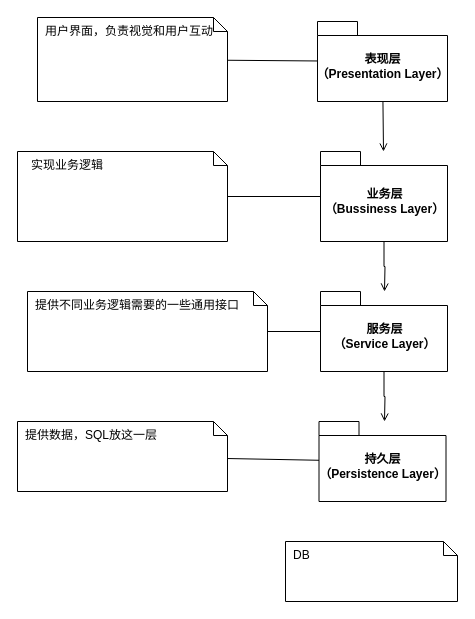
Above: pet/uml/系统分析与设计/uml-软件架构与框架.drawio in JMHello/draw (draw.io), before the change. Source tidied: cells renumbered, new cells numbered last; positions are measured from the earlier drawing's top-left corner, leaving out a move shared by most shapes. Both pictures are drawn from the tidied source at 100%, with x=0, y=0 at pixel (17, 17).
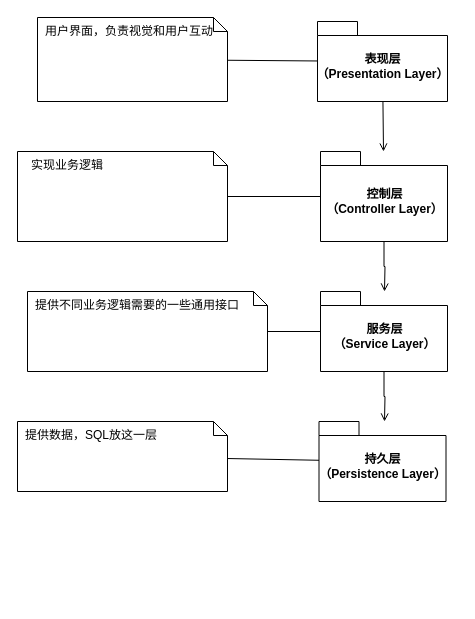
The same diagram, later.

Commit message:
Update uml-软件架构与框架.drawio

The edit, as a diff of the source:
```diff
@@
 <mxGraphModel>
   <root>
     <mxCell id="0" />
     <mxCell id="1" parent="0" />
     <mxCell id="2" style="edgeStyle=none;rounded=0;jettySize=auto;html=1;endArrow=none;endFill=0;" parent="1" edge="1" source="4" target="10">
       <mxGeometry relative="1" as="geometry" />
     </mxCell>
     <mxCell id="3" style="edgeStyle=orthogonalEdgeStyle;rounded=0;jettySize=auto;html=1;endArrow=open;endFill=0;" parent="1" edge="1" source="4">
       <mxGeometry relative="1" as="geometry">
         <mxPoint x="367" y="274" as="targetPoint" />
       </mxGeometry>
     </mxCell>
-    <mxCell id="4" value="业务层&lt;br&gt;（Bussiness Layer）&lt;br&gt;" style="shape=folder;fontStyle=1;spacingTop=10;tabWidth=40;tabHeight=14;tabPosition=left;html=1;" parent="1" vertex="1">
+    <mxCell id="4" value="控制层&lt;br&gt;（Controller Layer）&lt;br&gt;" style="shape=folder;fontStyle=1;spacingTop=10;tabWidth=40;tabHeight=14;tabPosition=left;html=1;" parent="1" vertex="1">
       <mxGeometry x="303" y="134" width="127" height="90" as="geometry" />
     </mxCell>
     <mxCell id="5" style="rounded=0;jettySize=auto;html=1;endArrow=none;endFill=0;" parent="1" edge="1" source="7" target="9">
       <mxGeometry relative="1" as="geometry" />
     </mxCell>
     <mxCell id="6" style="edgeStyle=none;rounded=0;jettySize=auto;html=1;endArrow=open;endFill=0;" parent="1" edge="1" source="7" target="4">
       <mxGeometry relative="1" as="geometry" />
     </mxCell>
     <mxCell id="7" value="表现层&lt;br&gt;（P&lt;span&gt;resentation Layer&lt;/span&gt;）&lt;br&gt;" style="shape=folder;fontStyle=1;spacingTop=10;tabWidth=40;tabHeight=14;tabPosition=left;html=1;" parent="1" vertex="1">
       <mxGeometry x="300" y="4" width="130" height="80" as="geometry" />
     </mxCell>
     <mxCell id="8" style="edgeStyle=none;rounded=0;jettySize=auto;html=1;endArrow=none;endFill=0;" parent="1" edge="1" source="16" target="11">
       <mxGeometry relative="1" as="geometry" />
     </mxCell>
     <mxCell id="9" value="用户界面，负责视觉和用户互动" style="shape=note;whiteSpace=wrap;html=1;size=14;verticalAlign=top;align=left;spacingTop=0;spacingLeft=6;spacingRight=6;" parent="1" vertex="1">
       <mxGeometry x="20" width="190" height="84" as="geometry" />
     </mxCell>
     <mxCell id="10" value="实现业务逻辑" style="shape=note;whiteSpace=wrap;html=1;size=14;verticalAlign=top;align=left;spacingTop=0;spacingLeft=12;spacingRight=12;" parent="1" vertex="1">
       <mxGeometry y="134" width="210" height="90" as="geometry" />
     </mxCell>
     <mxCell id="11" value="提供数据，SQL放这一层" style="shape=note;whiteSpace=wrap;html=1;size=14;verticalAlign=top;align=left;spacingTop=0;spacingLeft=6;spacingRight=6;" parent="1" vertex="1">
       <mxGeometry y="404" width="210" height="70" as="geometry" />
     </mxCell>
     <mxCell id="12" style="edgeStyle=orthogonalEdgeStyle;rounded=0;jettySize=auto;html=1;endArrow=none;endFill=0;" parent="1" edge="1" source="14" target="15">
       <mxGeometry relative="1" as="geometry" />
     </mxCell>
     <mxCell id="13" style="edgeStyle=orthogonalEdgeStyle;rounded=0;jettySize=auto;html=1;endArrow=open;endFill=0;" parent="1" edge="1" source="14">
       <mxGeometry relative="1" as="geometry">
         <mxPoint x="367" y="404" as="targetPoint" />
       </mxGeometry>
     </mxCell>
     <mxCell id="14" value="服务层&lt;br&gt;（Service Layer）&lt;br&gt;" style="shape=folder;fontStyle=1;spacingTop=10;tabWidth=40;tabHeight=14;tabPosition=left;html=1;" parent="1" vertex="1">
       <mxGeometry x="303" y="274" width="127" height="80" as="geometry" />
     </mxCell>
     <mxCell id="15" value="提供不同业务逻辑需要的一些通用接口" style="shape=note;whiteSpace=wrap;html=1;size=14;verticalAlign=top;align=left;spacingTop=0;spacingLeft=6;spacingRight=6;" parent="1" vertex="1">
       <mxGeometry x="10" y="274" width="240" height="80" as="geometry" />
     </mxCell>
     <mxCell id="16" value="持久层&lt;br&gt;（P&lt;span&gt;ersistence Layer&lt;/span&gt;）&lt;br&gt;" style="shape=folder;fontStyle=1;spacingTop=10;tabWidth=40;tabHeight=14;tabPosition=left;html=1;" parent="1" vertex="1">
       <mxGeometry x="301.5" y="404" width="127" height="80" as="geometry" />
     </mxCell>
-    <mxCell id="17" value="DB" style="shape=note;whiteSpace=wrap;html=1;size=14;verticalAlign=top;align=left;spacingTop=0;spacingLeft=6;spacingRight=6;" parent="1" vertex="1">
-      <mxGeometry x="268" y="524" width="172" height="60" as="geometry" />
-    </mxCell>
   </root>
 </mxGraphModel>
```
